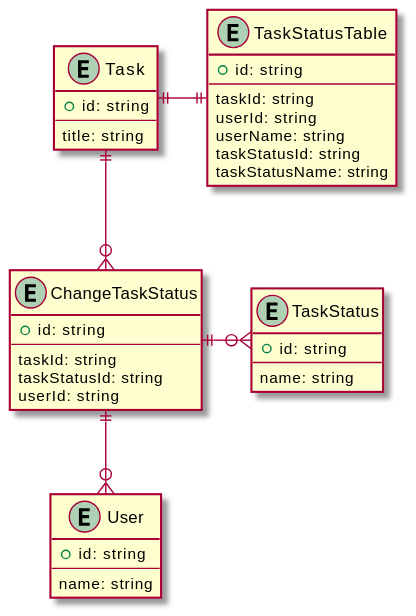
The PlantUML diagram 09_高速MVP開発/03_Firestoreを使ってリレーショナルDB以外にも慣れる/images/diagram2.svg in sushidesu/prahachallenge, before a commit. Its diagram source:
```plantuml
@startuml
entity TaskStatusTable {
  + id: string
  --
  taskId: string
  userId: string
  userName: string
  taskStatusId: string
  taskStatusName: string
}

entity Task {
  + id: string
  --
  title: string
}

Task ||-|| TaskStatusTable

entity User {
  + id: string
  --
  name: string
}

entity TaskStatus {
  + id: string
  --
  name: string
}

entity ChangeTaskStatus {
  + id: string
  --
  taskId: string
  taskStatusId: string
  userId: string
}

Task ||--o{ ChangeTaskStatus
ChangeTaskStatus||--o{ User
ChangeTaskStatus ||-o{ TaskStatus
@enduml
```
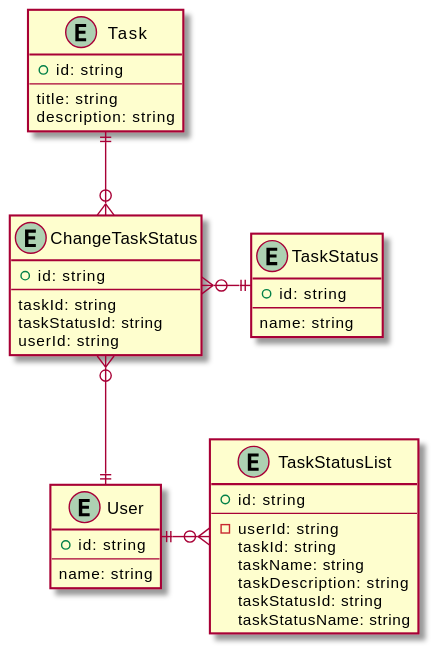
Above is the later version.

The edit, as a diff of the source:
```diff
@@ -1,27 +1,28 @@
 @startuml
-entity TaskStatusTable {
-  + id: string
-  --
-  taskId: string
-  userId: string
-  userName: string
-  taskStatusId: string
-  taskStatusName: string
-}
-
 entity Task {
   + id: string
   --
   title: string
+  description: string
 }
-
-Task ||-|| TaskStatusTable
-
 entity User {
   + id: string
   --
   name: string
 }
+
+entity TaskStatusList {
+  + id: string
+  --
+  - userId: string
+  taskId: string
+  taskName: string
+  taskDescription: string
+  taskStatusId: string
+  taskStatusName: string
+}
+
+User ||-o{ TaskStatusList
 
 entity TaskStatus {
   + id: string
@@ -38,6 +39,6 @@
 }
 
 Task ||--o{ ChangeTaskStatus
-ChangeTaskStatus||--o{ User
-ChangeTaskStatus ||-o{ TaskStatus
+ChangeTaskStatus }o--|| User
+ChangeTaskStatus }o-|| TaskStatus
 @enduml
```
